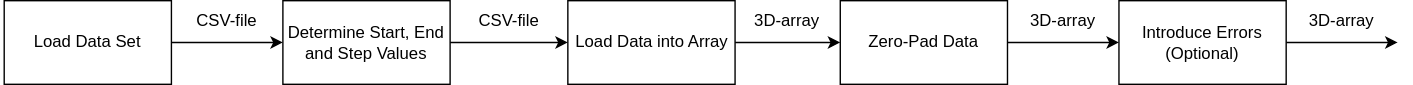
Earlier version of the draw.io export Figures/systemDesign/preProcessing/PreProcessing.svg (Mikkelnn/ESD5-Project). Source tidied: cells renumbered, new cells last; positions are measured from the earlier drawing's top-left corner, leaving out a move shared by most shapes. Its diagram source:
```xml
<mxGraphModel>
  <root>
    <mxCell id="0" />
    <mxCell id="1" parent="0" />
    <mxCell id="2" style="edgeStyle=orthogonalEdgeStyle;rounded=0;jettySize=auto;html=1;" parent="1" edge="1" source="3" target="5">
      <mxGeometry relative="1" as="geometry" />
    </mxCell>
    <mxCell id="3" value="Load Data Set" style="rounded=0;whiteSpace=wrap;html=1;" parent="1" vertex="1">
      <mxGeometry width="120" height="60" as="geometry" />
    </mxCell>
    <mxCell id="4" style="edgeStyle=orthogonalEdgeStyle;rounded=0;jettySize=auto;html=1;" parent="1" edge="1" source="5" target="7">
      <mxGeometry relative="1" as="geometry" />
    </mxCell>
    <mxCell id="5" value="Determine Start, End and Step Values" style="rounded=0;whiteSpace=wrap;html=1;" parent="1" vertex="1">
      <mxGeometry x="200" width="120" height="60" as="geometry" />
    </mxCell>
    <mxCell id="6" style="edgeStyle=orthogonalEdgeStyle;rounded=0;jettySize=auto;html=1;exitX=1;exitY=0.5;exitDx=0;exitDy=0;" parent="1" edge="1" source="7">
      <mxGeometry relative="1" as="geometry">
        <mxPoint x="600" y="30" as="targetPoint" />
      </mxGeometry>
    </mxCell>
    <mxCell id="7" value="Load Data into Array" style="rounded=0;whiteSpace=wrap;html=1;" parent="1" vertex="1">
      <mxGeometry x="404.5" width="120" height="60" as="geometry" />
    </mxCell>
    <mxCell id="8" style="edgeStyle=orthogonalEdgeStyle;rounded=0;jettySize=auto;html=1;" parent="1" edge="1" source="9">
      <mxGeometry relative="1" as="geometry">
        <mxPoint x="1000" y="30" as="targetPoint" />
      </mxGeometry>
    </mxCell>
    <mxCell id="9" value="Introduce Errors&lt;br&gt;(Optional)" style="rounded=0;whiteSpace=wrap;html=1;" parent="1" vertex="1">
      <mxGeometry x="800" width="120" height="60" as="geometry" />
    </mxCell>
    <mxCell id="10" value="CSV-file" style="text;html=1;align=center;verticalAlign=middle;whiteSpace=wrap;rounded=0;" parent="1" vertex="1">
      <mxGeometry x="120" width="80" height="30" as="geometry" />
    </mxCell>
    <mxCell id="11" value="CSV-file" style="text;html=1;align=center;verticalAlign=middle;whiteSpace=wrap;rounded=0;" parent="1" vertex="1">
      <mxGeometry x="320" width="85" height="30" as="geometry" />
    </mxCell>
    <mxCell id="12" value="3D-array" style="text;html=1;align=center;verticalAlign=middle;whiteSpace=wrap;rounded=0;" parent="1" vertex="1">
      <mxGeometry x="525" width="74" height="30" as="geometry" />
    </mxCell>
    <mxCell id="13" value="3D-array" style="text;html=1;align=center;verticalAlign=middle;whiteSpace=wrap;rounded=0;" parent="1" vertex="1">
      <mxGeometry x="920" width="80" height="30" as="geometry" />
    </mxCell>
    <mxCell id="14" value="Zero-Pad Data" style="rounded=0;whiteSpace=wrap;html=1;" parent="1" vertex="1">
      <mxGeometry x="600" width="120" height="60" as="geometry" />
    </mxCell>
    <mxCell id="15" style="edgeStyle=orthogonalEdgeStyle;rounded=0;jettySize=auto;html=1;exitX=1;exitY=0.5;exitDx=0;exitDy=0;entryX=0;entryY=0.5;entryDx=0;entryDy=0;" parent="1" edge="1" source="14" target="9">
      <mxGeometry relative="1" as="geometry" />
    </mxCell>
    <mxCell id="16" value="3D-array" style="text;html=1;align=center;verticalAlign=middle;whiteSpace=wrap;rounded=0;" parent="1" vertex="1">
      <mxGeometry x="720" width="80" height="30" as="geometry" />
    </mxCell>
  </root>
</mxGraphModel>
```
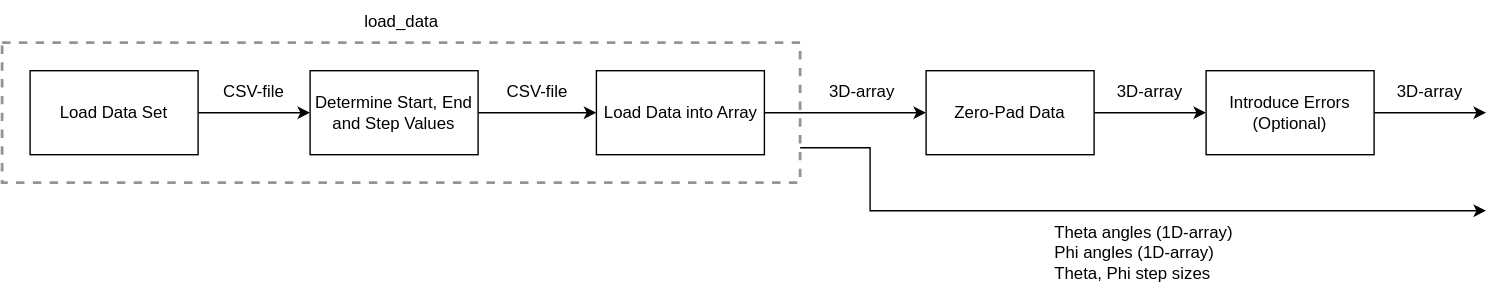
Later version of the same file.

Diff of the diagram source:
```diff
@@ -2,6 +2,9 @@
   <root>
     <mxCell id="0" />
     <mxCell id="1" parent="0" />
+    <mxCell id="17" style="rounded=0;whiteSpace=wrap;html=1;dashed=1;strokeWidth=2;strokeColor=#949494;" parent="1" vertex="1">
+      <mxGeometry x="-20" y="-20" width="570" height="100" as="geometry" />
+    </mxCell>
     <mxCell id="2" style="edgeStyle=orthogonalEdgeStyle;rounded=0;jettySize=auto;html=1;" parent="1" edge="1" source="3" target="5">
       <mxGeometry relative="1" as="geometry" />
     </mxCell>
@@ -16,7 +19,7 @@
     </mxCell>
     <mxCell id="6" style="edgeStyle=orthogonalEdgeStyle;rounded=0;jettySize=auto;html=1;exitX=1;exitY=0.5;exitDx=0;exitDy=0;" parent="1" edge="1" source="7">
       <mxGeometry relative="1" as="geometry">
-        <mxPoint x="600" y="30" as="targetPoint" />
+        <mxPoint x="640" y="30" as="targetPoint" />
       </mxGeometry>
     </mxCell>
     <mxCell id="7" value="Load Data into Array" style="rounded=0;whiteSpace=wrap;html=1;" parent="1" vertex="1">
@@ -24,11 +27,11 @@
     </mxCell>
     <mxCell id="8" style="edgeStyle=orthogonalEdgeStyle;rounded=0;jettySize=auto;html=1;" parent="1" edge="1" source="9">
       <mxGeometry relative="1" as="geometry">
-        <mxPoint x="1000" y="30" as="targetPoint" />
+        <mxPoint x="1040" y="30" as="targetPoint" />
       </mxGeometry>
     </mxCell>
     <mxCell id="9" value="Introduce Errors&lt;br&gt;(Optional)" style="rounded=0;whiteSpace=wrap;html=1;" parent="1" vertex="1">
-      <mxGeometry x="800" width="120" height="60" as="geometry" />
+      <mxGeometry x="840" width="120" height="60" as="geometry" />
     </mxCell>
     <mxCell id="10" value="CSV-file" style="text;html=1;align=center;verticalAlign=middle;whiteSpace=wrap;rounded=0;" parent="1" vertex="1">
       <mxGeometry x="120" width="80" height="30" as="geometry" />
@@ -37,19 +40,34 @@
       <mxGeometry x="320" width="85" height="30" as="geometry" />
     </mxCell>
     <mxCell id="12" value="3D-array" style="text;html=1;align=center;verticalAlign=middle;whiteSpace=wrap;rounded=0;" parent="1" vertex="1">
-      <mxGeometry x="525" width="74" height="30" as="geometry" />
+      <mxGeometry x="550" width="89" height="30" as="geometry" />
     </mxCell>
     <mxCell id="13" value="3D-array" style="text;html=1;align=center;verticalAlign=middle;whiteSpace=wrap;rounded=0;" parent="1" vertex="1">
-      <mxGeometry x="920" width="80" height="30" as="geometry" />
+      <mxGeometry x="960" width="80" height="30" as="geometry" />
     </mxCell>
     <mxCell id="14" value="Zero-Pad Data" style="rounded=0;whiteSpace=wrap;html=1;" parent="1" vertex="1">
-      <mxGeometry x="600" width="120" height="60" as="geometry" />
+      <mxGeometry x="640" width="120" height="60" as="geometry" />
     </mxCell>
     <mxCell id="15" style="edgeStyle=orthogonalEdgeStyle;rounded=0;jettySize=auto;html=1;exitX=1;exitY=0.5;exitDx=0;exitDy=0;entryX=0;entryY=0.5;entryDx=0;entryDy=0;" parent="1" edge="1" source="14" target="9">
       <mxGeometry relative="1" as="geometry" />
     </mxCell>
     <mxCell id="16" value="3D-array" style="text;html=1;align=center;verticalAlign=middle;whiteSpace=wrap;rounded=0;" parent="1" vertex="1">
-      <mxGeometry x="720" width="80" height="30" as="geometry" />
+      <mxGeometry x="760" width="80" height="30" as="geometry" />
     </mxCell>
+    <mxCell id="18" value="load_data" style="text;html=1;align=center;verticalAlign=middle;strokeColor=none;fillColor=none;" parent="1" vertex="1">
+      <mxGeometry x="225" y="-50" width="80" height="30" as="geometry" />
+    </mxCell>
+    <mxCell id="19" style="endArrow=classic;html=1;rounded=0;exitX=1;exitY=0.75;exitDx=0;exitDy=0;" parent="1" edge="1" source="17">
+      <mxGeometry relative="1" as="geometry">
+        <mxPoint x="1040" y="100" as="targetPoint" />
+        <Array as="points">
+          <mxPoint x="600" y="55" />
+          <mxPoint x="600" y="100" />
+        </Array>
+      </mxGeometry>
+    </mxCell>
+    <mxCell id="20" value="Theta angles (1D-array)&lt;br&gt;&lt;div style=&quot;&quot;&gt;&lt;span style=&quot;background-color: initial;&quot;&gt;Phi angles (1D-array)&lt;/span&gt;&lt;span style=&quot;background-color: initial;&quot;&gt;&amp;nbsp;&lt;br&gt;&lt;/span&gt;Theta, Phi&amp;nbsp;&lt;span style=&quot;background-color: initial;&quot;&gt;step sizes&lt;/span&gt;&lt;/div&gt;" style="text;html=1;align=left;verticalAlign=middle;whiteSpace=wrap;rounded=0;" parent="1" vertex="1">
+      <mxGeometry x="730" y="100" width="140" height="60" as="geometry" />
+    </mxCell>
   </root>
 </mxGraphModel>
```
